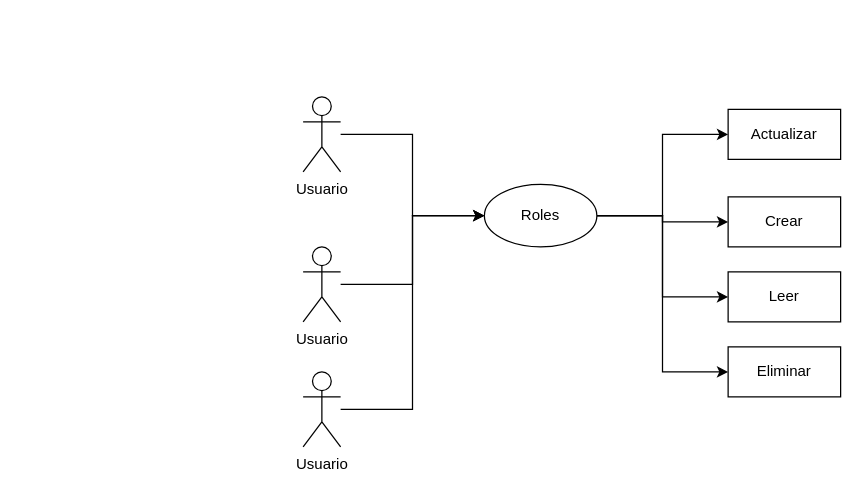
Above: AnalisisEntidadRelacion.drawio in techwolfd/web (draw.io), before the change. Source tidied: cells renumbered, new cells numbered last; positions are measured from the earlier drawing's top-left corner, leaving out a move shared by most shapes. Both pictures are drawn from the tidied source at 125%, with x=0, y=0 at pixel (302, 96).
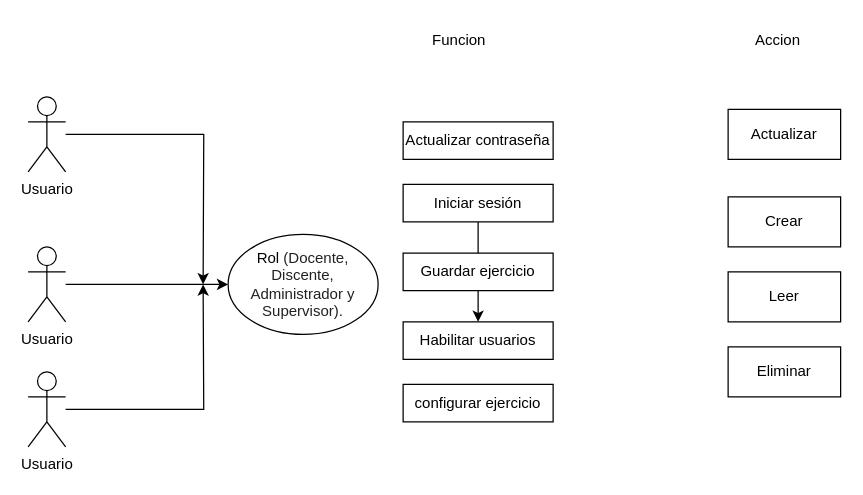
Above is the later version.

The change refers to these unchanged cells:
```xml
<mxCell id="9" value="Actualizar" style="rounded=0;whiteSpace=wrap;html=1;" parent="1" vertex="1">
  <mxGeometry x="340" y="10" width="90" height="40" as="geometry" />
</mxCell>
<mxCell id="12" value="Crear" style="rounded=0;whiteSpace=wrap;html=1;" parent="1" vertex="1">
  <mxGeometry x="340" y="80" width="90" height="40" as="geometry" />
</mxCell>
<mxCell id="13" value="Leer" style="rounded=0;whiteSpace=wrap;html=1;" parent="1" vertex="1">
  <mxGeometry x="340" y="140" width="90" height="40" as="geometry" />
</mxCell>
<mxCell id="14" value="Eliminar" style="rounded=0;whiteSpace=wrap;html=1;" parent="1" vertex="1">
  <mxGeometry x="340" y="200" width="90" height="40" as="geometry" />
</mxCell>
```

Change to the diagram source:
```diff
@@
-    <mxCell id="2" style="edgeStyle=orthogonalEdgeStyle;rounded=0;jettySize=auto;html=1;entryX=0;entryY=0.5;entryDx=0;entryDy=0;" parent="1" edge="1" source="3" target="8">
-      <mxGeometry relative="1" as="geometry" />
+    <mxCell id="2" style="edgeStyle=orthogonalEdgeStyle;rounded=0;jettySize=auto;html=1;" parent="1" edge="1" source="3">
+      <mxGeometry relative="1" as="geometry">
+        <mxPoint x="-80" y="150" as="targetPoint" />
+      </mxGeometry>
     </mxCell>
     <mxCell id="3" value="Usuario" style="shape=umlActor;verticalLabelPosition=bottom;verticalAlign=top;html=1;outlineConnect=0;" parent="1" vertex="1">
-      <mxGeometry width="30" height="60" as="geometry" />
+      <mxGeometry x="-220" width="30" height="60" as="geometry" />
     </mxCell>
-    <mxCell id="4" style="edgeStyle=orthogonalEdgeStyle;rounded=0;jettySize=auto;html=1;entryX=0;entryY=0.5;entryDx=0;entryDy=0;" parent="1" edge="1" source="8" target="9">
-      <mxGeometry relative="1" as="geometry" />
-    </mxCell>
-    <mxCell id="5" style="edgeStyle=orthogonalEdgeStyle;rounded=0;jettySize=auto;html=1;" parent="1" edge="1" source="8" target="12">
-      <mxGeometry relative="1" as="geometry" />
-    </mxCell>
-    <mxCell id="6" style="edgeStyle=orthogonalEdgeStyle;rounded=0;jettySize=auto;html=1;entryX=0;entryY=0.5;entryDx=0;entryDy=0;" parent="1" edge="1" source="8" target="13">
-      <mxGeometry relative="1" as="geometry" />
-    </mxCell>
-    <mxCell id="7" style="edgeStyle=orthogonalEdgeStyle;rounded=0;jettySize=auto;html=1;entryX=0;entryY=0.5;entryDx=0;entryDy=0;" parent="1" edge="1" source="8" target="14">
-      <mxGeometry relative="1" as="geometry" />
-    </mxCell>
-    <mxCell id="8" value="Roles" style="ellipse;whiteSpace=wrap;html=1;" parent="1" vertex="1">
-      <mxGeometry x="145" y="70" width="90" height="50" as="geometry" />
-    </mxCell>
@@
-    <mxCell id="10" style="edgeStyle=orthogonalEdgeStyle;rounded=0;jettySize=auto;html=1;entryX=0;entryY=0.5;entryDx=0;entryDy=0;" parent="1" edge="1" source="11" target="8">
+    <mxCell id="10" style="edgeStyle=orthogonalEdgeStyle;rounded=0;jettySize=auto;html=1;entryX=0;entryY=0.5;entryDx=0;entryDy=0;" parent="1" edge="1" source="11" target="22">
       <mxGeometry relative="1" as="geometry" />
     </mxCell>
     <mxCell id="11" value="Usuario" style="shape=umlActor;verticalLabelPosition=bottom;verticalAlign=top;html=1;outlineConnect=0;" parent="1" vertex="1">
-      <mxGeometry y="120" width="30" height="60" as="geometry" />
+      <mxGeometry x="-220" y="120" width="30" height="60" as="geometry" />
     </mxCell>
@@
-    <mxCell id="15" style="edgeStyle=orthogonalEdgeStyle;rounded=0;jettySize=auto;html=1;entryX=0;entryY=0.5;entryDx=0;entryDy=0;" parent="1" edge="1" source="16" target="8">
-      <mxGeometry relative="1" as="geometry" />
+    <mxCell id="15" style="edgeStyle=orthogonalEdgeStyle;rounded=0;jettySize=auto;html=1;entryX=0;entryY=0.5;entryDx=0;entryDy=0;" parent="1" edge="1" source="16">
+      <mxGeometry relative="1" as="geometry">
+        <mxPoint x="-80" y="150" as="targetPoint" />
+      </mxGeometry>
     </mxCell>
     <mxCell id="16" value="Usuario" style="shape=umlActor;verticalLabelPosition=bottom;verticalAlign=top;html=1;outlineConnect=0;" parent="1" vertex="1">
-      <mxGeometry y="220" width="30" height="60" as="geometry" />
+      <mxGeometry x="-220" y="220" width="30" height="60" as="geometry" />
     </mxCell>
+    <mxCell id="17" value="Actualizar contraseña" style="rounded=0;whiteSpace=wrap;html=1;" parent="1" vertex="1">
+      <mxGeometry x="80" y="20" width="120" height="30" as="geometry" />
+    </mxCell>
+    <mxCell id="18" style="edgeStyle=orthogonalEdgeStyle;rounded=0;jettySize=auto;html=1;fontFamily=Helvetica;fontSize=12;" parent="1" edge="1" source="19" target="21">
+      <mxGeometry relative="1" as="geometry" />
+    </mxCell>
+    <mxCell id="19" value="Iniciar sesión" style="rounded=0;whiteSpace=wrap;html=1;" parent="1" vertex="1">
+      <mxGeometry x="80" y="70" width="120" height="30" as="geometry" />
+    </mxCell>
+    <mxCell id="20" value="Guardar ejercicio" style="rounded=0;whiteSpace=wrap;html=1;" parent="1" vertex="1">
+      <mxGeometry x="80" y="125" width="120" height="30" as="geometry" />
+    </mxCell>
+    <mxCell id="21" value="Habilitar usuarios" style="rounded=0;whiteSpace=wrap;html=1;" parent="1" vertex="1">
+      <mxGeometry x="80" y="180" width="120" height="30" as="geometry" />
+    </mxCell>
+    <mxCell id="22" value="&lt;font style=&quot;font-size: 12px&quot;&gt;Rol&amp;nbsp;&lt;span lang=&quot;ES-MX&quot; style=&quot;line-height: 107%; color: rgb(34, 34, 34); background: white;&quot;&gt;(Docente, Discente, Administrador y Supervisor).&lt;/span&gt;&lt;/font&gt;" style="ellipse;whiteSpace=wrap;html=1;fontFamily=Helvetica;fontStyle=0;" parent="1" vertex="1">
+      <mxGeometry x="-60" y="110" width="120" height="80" as="geometry" />
+    </mxCell>
+    <mxCell id="23" value="Funcion" style="text;html=1;strokeColor=none;fillColor=none;align=center;verticalAlign=middle;whiteSpace=wrap;rounded=0;" parent="1" vertex="1">
+      <mxGeometry x="95" y="-60" width="60" height="30" as="geometry" />
+    </mxCell>
+    <mxCell id="24" value="configurar ejercicio" style="rounded=0;whiteSpace=wrap;html=1;" parent="1" vertex="1">
+      <mxGeometry x="80" y="230" width="120" height="30" as="geometry" />
+    </mxCell>
+    <mxCell id="25" value="Accion" style="text;html=1;strokeColor=none;fillColor=none;align=center;verticalAlign=middle;whiteSpace=wrap;rounded=0;" parent="1" vertex="1">
+      <mxGeometry x="350" y="-60" width="60" height="30" as="geometry" />
+    </mxCell>
```
